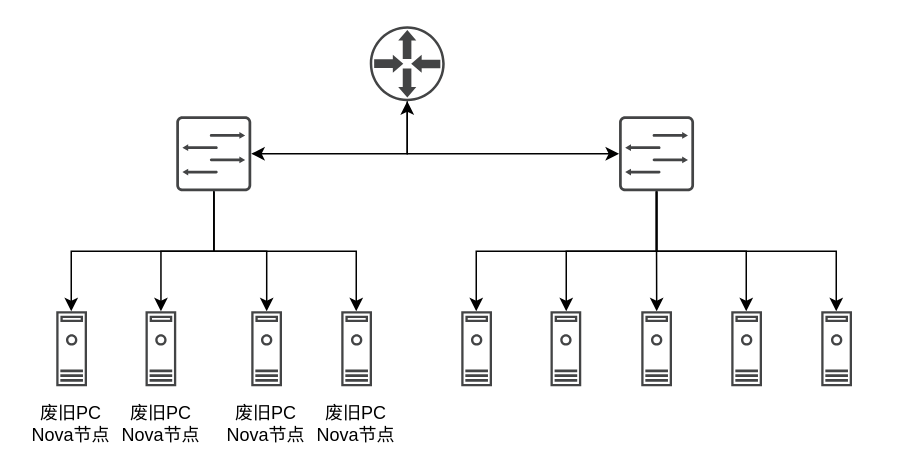
This is 物理架构图.drawio from lrAltas/DrwaIO, a draw.io file, before an edit. Source tidied: cells renumbered, new cells numbered last; positions are measured from the earlier drawing's top-left corner, leaving out a move shared by most shapes. Both pictures are drawn from the tidied source at 150%, with x=0, y=0 at pixel (26, 26).
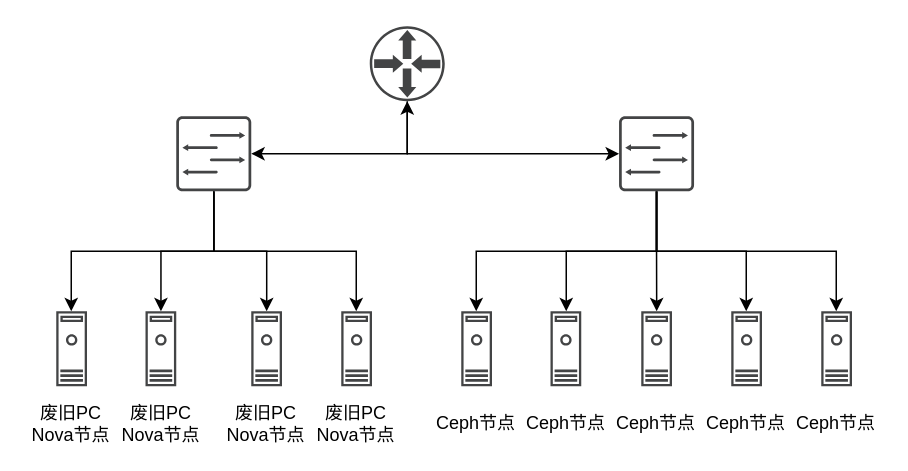
Above is the later version.

Commit message:
更新物理架构图.drawio

Diff of the diagram source:
```diff
@@
+    <mxCell id="29" value="Ceph节点" style="text;html=1;whiteSpace=wrap;strokeColor=none;fillColor=none;align=center;verticalAlign=middle;rounded=0;" parent="1" vertex="1">
+      <mxGeometry x="270" y="250" width="60" height="30" as="geometry" />
+    </mxCell>
+    <mxCell id="30" value="Ceph节点" style="text;html=1;whiteSpace=wrap;strokeColor=none;fillColor=none;align=center;verticalAlign=middle;rounded=0;" parent="1" vertex="1">
+      <mxGeometry x="329.8" y="250" width="60" height="30" as="geometry" />
+    </mxCell>
+    <mxCell id="31" value="Ceph节点" style="text;html=1;whiteSpace=wrap;strokeColor=none;fillColor=none;align=center;verticalAlign=middle;rounded=0;" parent="1" vertex="1">
+      <mxGeometry x="390.2" y="250" width="60" height="30" as="geometry" />
+    </mxCell>
+    <mxCell id="32" value="Ceph节点" style="text;html=1;whiteSpace=wrap;strokeColor=none;fillColor=none;align=center;verticalAlign=middle;rounded=0;" parent="1" vertex="1">
+      <mxGeometry x="450.2" y="250" width="60" height="30" as="geometry" />
+    </mxCell>
+    <mxCell id="33" value="Ceph节点" style="text;html=1;whiteSpace=wrap;strokeColor=none;fillColor=none;align=center;verticalAlign=middle;rounded=0;" parent="1" vertex="1">
+      <mxGeometry x="510.2" y="250" width="60" height="30" as="geometry" />
+    </mxCell>
```
